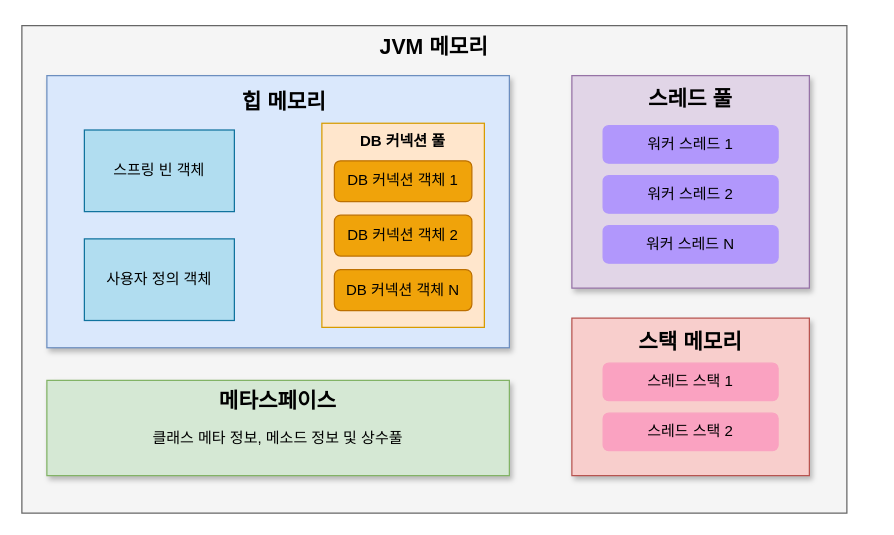
TreeStone94/drawio keeps this draw.io diagram as page "페이지-1" (1 of 2) of architecture/spring-memory.drawio. Above is the earlier version. Source tidied: cells renumbered, new cells numbered last; positions are measured from the earlier drawing's top-left corner, leaving out a move shared by most shapes. Both pictures are drawn from the tidied source at 125%, with x=0, y=0 at pixel (21, 20).
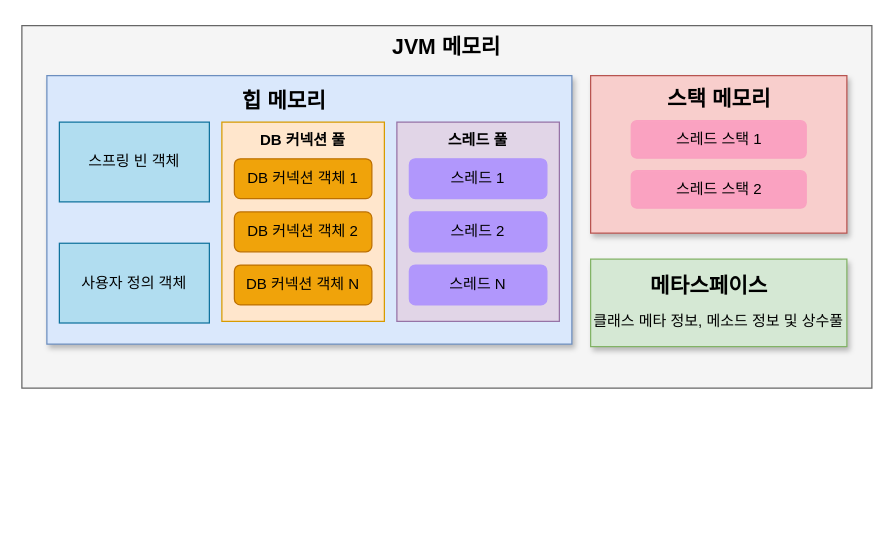
After the change.

The edit, as a diff of the source:
```diff
@@
-    <mxCell id="2" style="rounded=0;whiteSpace=wrap;html=1;fillColor=#f5f5f5;shadow=0;fontColor=#333333;strokeColor=#666666;" parent="1" vertex="1">
-      <mxGeometry y="4" width="660" height="390" as="geometry" />
+    <mxCell id="2" style="rounded=0;whiteSpace=wrap;html=1;fillColor=#f5f5f5;shadow=0;fontColor=#333333;strokeColor=#666666;flipV=1;flipH=1;" parent="1" vertex="1">
+      <mxGeometry y="4" width="680" height="290" as="geometry" />
     </mxCell>
-    <mxCell id="3" style="group;" parent="1" vertex="1">
-      <mxGeometry x="20" y="44" width="370" height="320" as="geometry" />
-    </mxCell>
+    <mxCell id="18" value="&lt;div&gt;&lt;br&gt;&lt;/div&gt;" style="rounded=0;whiteSpace=wrap;html=1;fillColor=#f8cecc;strokeColor=#b85450;shadow=1;" parent="1" vertex="1">
+      <mxGeometry x="455" y="44" width="205" height="126" as="geometry" />
+    </mxCell>
+    <mxCell id="19" value="스택 메모리" style="text;html=1;align=center;verticalAlign=middle;whiteSpace=wrap;rounded=0;fontStyle=1;fontSize=17;" parent="1" vertex="1">
+      <mxGeometry x="497.5" y="44" width="120" height="40" as="geometry" />
+    </mxCell>
+    <mxCell id="23" value="스레드 스택&amp;nbsp;1" style="rounded=1;whiteSpace=wrap;html=1;fillColor=#FAA2C1;fontColor=light-dark(#000000, #121212);strokeColor=#FAA2C1;" parent="1" vertex="1">
+      <mxGeometry x="487.5" y="80" width="140" height="30" as="geometry" />
+    </mxCell>
+    <mxCell id="24" value="&lt;font&gt;스레드 스택&amp;nbsp;2&lt;/font&gt;" style="rounded=1;whiteSpace=wrap;html=1;fillColor=#FAA2C1;fontColor=light-dark(#000000, #121212);strokeColor=#FAA2C1;" parent="1" vertex="1">
+      <mxGeometry x="487.5" y="120" width="140" height="30" as="geometry" />
+    </mxCell>
+    <mxCell id="25" value="JVM 메모리" style="text;html=1;align=center;verticalAlign=middle;whiteSpace=wrap;rounded=0;fontStyle=1;fontSize=17;" parent="1" vertex="1">
+      <mxGeometry x="280" y="0.5" width="120" height="43.5" as="geometry" />
+    </mxCell>
+    <mxCell id="14" value="&lt;div&gt;&lt;br&gt;&lt;/div&gt;&lt;div&gt;&lt;br&gt;&lt;/div&gt;클래스 메타 정보,&amp;nbsp;&lt;span style=&quot;background-color: transparent; color: light-dark(rgb(0, 0, 0), rgb(255, 255, 255));&quot;&gt;메소드 정보 및 상수풀&lt;/span&gt;" style="rounded=0;whiteSpace=wrap;html=1;fillColor=#d5e8d4;strokeColor=#82b366;shadow=1;" parent="1" vertex="1">
+      <mxGeometry x="455" y="190.8" width="205" height="70" as="geometry" />
+    </mxCell>
+    <mxCell id="15" value="메타스페이스" style="text;html=1;align=center;verticalAlign=middle;whiteSpace=wrap;rounded=0;fontStyle=1;fontSize=17;" parent="1" vertex="1">
+      <mxGeometry x="490" y="190.8" width="120" height="43.5" as="geometry" />
+    </mxCell>
-    <mxCell id="4" style="rounded=0;whiteSpace=wrap;html=1;fillColor=#dae8fc;strokeColor=#6c8ebf;shadow=1;" parent="3" vertex="1">
-      <mxGeometry width="370" height="217.7" as="geometry" />
+    <mxCell id="4" style="rounded=0;whiteSpace=wrap;html=1;fillColor=#dae8fc;strokeColor=#6c8ebf;shadow=1;" parent="1" vertex="1">
+      <mxGeometry x="20" y="44" width="420" height="214.8" as="geometry" />
     </mxCell>
-    <mxCell id="5" value="스프링 빈 객체" style="rounded=0;whiteSpace=wrap;html=1;fillColor=#b1ddf0;strokeColor=#10739e;" parent="3" vertex="1">
-      <mxGeometry x="30" y="43.5" width="120" height="65.3" as="geometry" />
+    <mxCell id="5" value="스프링 빈 객체" style="rounded=0;whiteSpace=wrap;html=1;fillColor=#b1ddf0;strokeColor=#10739e;" parent="1" vertex="1">
+      <mxGeometry x="30" y="81.2" width="120" height="63.8" as="geometry" />
     </mxCell>
-    <mxCell id="6" value="사용자 정의 객체" style="rounded=0;whiteSpace=wrap;html=1;fillColor=#b1ddf0;strokeColor=#10739e;" parent="3" vertex="1">
-      <mxGeometry x="30" y="130.6" width="120" height="65.3" as="geometry" />
+    <mxCell id="6" value="사용자 정의 객체" style="rounded=0;whiteSpace=wrap;html=1;fillColor=#b1ddf0;strokeColor=#10739e;" parent="1" vertex="1">
+      <mxGeometry x="30" y="178.1" width="120" height="63.8" as="geometry" />
     </mxCell>
-    <mxCell id="7" value="힙 메모리" style="text;html=1;align=center;verticalAlign=middle;whiteSpace=wrap;rounded=0;fontStyle=1;fontSize=17;" parent="3" vertex="1">
-      <mxGeometry x="130" width="120" height="43.5" as="geometry" />
+    <mxCell id="7" value="힙 메모리" style="text;html=1;align=center;verticalAlign=middle;whiteSpace=wrap;rounded=0;fontStyle=1;fontSize=17;" parent="1" vertex="1">
+      <mxGeometry x="150" y="44" width="120" height="42.5" as="geometry" />
     </mxCell>
-    <mxCell id="8" style="group;" parent="3" vertex="1">
-      <mxGeometry x="220" y="38.1" width="140" height="163.3" as="geometry" />
-    </mxCell>
+    <mxCell id="26" style="edgeStyle=orthogonalEdgeStyle;rounded=0;orthogonalLoop=1;jettySize=auto;html=1;exitX=0.5;exitY=1;exitDx=0;exitDy=0;" parent="1" edge="1" source="4" target="4">
+      <mxGeometry relative="1" as="geometry" />
+    </mxCell>
+    <mxCell id="27" style="rounded=0;whiteSpace=wrap;html=1;fillColor=#E1D5E7;strokeColor=#9673A6;shadow=0;" parent="1" vertex="1">
+      <mxGeometry x="300" y="81.2" width="130" height="159.4" as="geometry" />
+    </mxCell>
+    <mxCell id="28" value="스레드 1" style="rounded=1;whiteSpace=wrap;html=1;fillColor=#B197FC;fontColor=#000000;strokeColor=#B197FC;" parent="1" vertex="1">
+      <mxGeometry x="310" y="110.5" width="110" height="31.9" as="geometry" />
+    </mxCell>
+    <mxCell id="29" value="스레드 2" style="rounded=1;whiteSpace=wrap;html=1;fillColor=#B197FC;fontColor=#000000;strokeColor=#B197FC;" parent="1" vertex="1">
+      <mxGeometry x="310" y="153" width="110" height="31.9" as="geometry" />
+    </mxCell>
+    <mxCell id="30" value="스레드 N" style="rounded=1;whiteSpace=wrap;html=1;fillColor=#B197FC;fontColor=#000000;strokeColor=#B197FC;" parent="1" vertex="1">
+      <mxGeometry x="310" y="195.5" width="110" height="31.9" as="geometry" />
+    </mxCell>
+    <mxCell id="17" value="&lt;b&gt;스레드 풀&lt;/b&gt;" style="text;html=1;align=center;verticalAlign=middle;whiteSpace=wrap;rounded=0;" parent="1" vertex="1">
+      <mxGeometry x="315" y="81.2" width="100" height="29.3" as="geometry" />
+    </mxCell>
-    <mxCell id="9" style="rounded=0;whiteSpace=wrap;html=1;fillColor=#ffe6cc;strokeColor=#d79b00;shadow=0;" parent="8" vertex="1">
-      <mxGeometry width="130" height="163.3" as="geometry" />
+    <mxCell id="9" style="rounded=0;whiteSpace=wrap;html=1;fillColor=#ffe6cc;strokeColor=#d79b00;shadow=0;" parent="1" vertex="1">
+      <mxGeometry x="160" y="81.2" width="130" height="159.4" as="geometry" />
     </mxCell>
-    <mxCell id="10" value="DB 커넥션 객체 1" style="rounded=1;whiteSpace=wrap;html=1;fillColor=#f0a30a;fontColor=#000000;strokeColor=#BD7000;" parent="8" vertex="1">
-      <mxGeometry x="10" y="30" width="110" height="32.7" as="geometry" />
+    <mxCell id="10" value="DB 커넥션 객체 1" style="rounded=1;whiteSpace=wrap;html=1;fillColor=#f0a30a;fontColor=#000000;strokeColor=#BD7000;" parent="1" vertex="1">
+      <mxGeometry x="170" y="110.5" width="110" height="31.9" as="geometry" />
     </mxCell>
-    <mxCell id="11" value="DB 커넥션 객체 2" style="rounded=1;whiteSpace=wrap;html=1;fillColor=#f0a30a;fontColor=#000000;strokeColor=#BD7000;" parent="8" vertex="1">
-      <mxGeometry x="10" y="73.5" width="110" height="32.7" as="geometry" />
+    <mxCell id="11" value="DB 커넥션 객체 2" style="rounded=1;whiteSpace=wrap;html=1;fillColor=#f0a30a;fontColor=#000000;strokeColor=#BD7000;" parent="1" vertex="1">
+      <mxGeometry x="170" y="153" width="110" height="31.9" as="geometry" />
     </mxCell>
-    <mxCell id="12" value="DB 커넥션 객체 N" style="rounded=1;whiteSpace=wrap;html=1;fillColor=#f0a30a;fontColor=#000000;strokeColor=#BD7000;" parent="8" vertex="1">
-      <mxGeometry x="10" y="117.1" width="110" height="32.7" as="geometry" />
+    <mxCell id="12" value="DB 커넥션 객체 N" style="rounded=1;whiteSpace=wrap;html=1;fillColor=#f0a30a;fontColor=#000000;strokeColor=#BD7000;" parent="1" vertex="1">
+      <mxGeometry x="170" y="195.5" width="110" height="31.9" as="geometry" />
     </mxCell>
-    <mxCell id="13" value="&lt;b&gt;DB 커넥션 풀&lt;/b&gt;" style="text;html=1;align=center;verticalAlign=middle;whiteSpace=wrap;rounded=0;" parent="8" vertex="1">
-      <mxGeometry x="15" width="100" height="30" as="geometry" />
+    <mxCell id="13" value="&lt;b&gt;DB 커넥션 풀&lt;/b&gt;" style="text;html=1;align=center;verticalAlign=middle;whiteSpace=wrap;rounded=0;" parent="1" vertex="1">
+      <mxGeometry x="175" y="81.2" width="100" height="29.3" as="geometry" />
     </mxCell>
-    <mxCell id="14" value="&lt;div&gt;&lt;br&gt;&lt;/div&gt;클래스 메타 정보,&amp;nbsp;&lt;span style=&quot;background-color: transparent; color: light-dark(rgb(0, 0, 0), rgb(255, 255, 255));&quot;&gt;메소드 정보 및 상수풀&lt;/span&gt;" style="rounded=0;whiteSpace=wrap;html=1;fillColor=#d5e8d4;strokeColor=#82b366;shadow=1;" parent="3" vertex="1">
-      <mxGeometry y="243.8" width="370" height="76.2" as="geometry" />
-    </mxCell>
-    <mxCell id="15" value="메타스페이스" style="text;html=1;align=center;verticalAlign=middle;whiteSpace=wrap;rounded=0;fontStyle=1;fontSize=17;" parent="3" vertex="1">
-      <mxGeometry x="125" y="239.5" width="120" height="43.5" as="geometry" />
-    </mxCell>
-    <mxCell id="16" style="rounded=0;whiteSpace=wrap;html=1;fillColor=#e1d5e7;strokeColor=#9673a6;shadow=1;" parent="1" vertex="1">
-      <mxGeometry x="440" y="44" width="190" height="170" as="geometry" />
-    </mxCell>
-    <mxCell id="17" value="스레드 풀" style="text;html=1;align=center;verticalAlign=middle;whiteSpace=wrap;rounded=0;fontStyle=1;fontSize=17;" parent="1" vertex="1">
-      <mxGeometry x="475" y="44" width="120" height="40" as="geometry" />
-    </mxCell>
-    <mxCell id="18" value="&lt;div&gt;&lt;br&gt;&lt;/div&gt;" style="rounded=0;whiteSpace=wrap;html=1;fillColor=#f8cecc;strokeColor=#b85450;shadow=1;" parent="1" vertex="1">
-      <mxGeometry x="440" y="238" width="190" height="126" as="geometry" />
-    </mxCell>
-    <mxCell id="19" value="스택 메모리" style="text;html=1;align=center;verticalAlign=middle;whiteSpace=wrap;rounded=0;fontStyle=1;fontSize=17;" parent="1" vertex="1">
-      <mxGeometry x="475" y="238" width="120" height="40" as="geometry" />
-    </mxCell>
-    <mxCell id="20" value="&lt;font&gt;워커 스레드 1&lt;/font&gt;" style="rounded=1;whiteSpace=wrap;html=1;fillColor=#B197FC;fontColor=light-dark(#000000, #121212);strokeColor=#B197FC;" parent="1" vertex="1">
-      <mxGeometry x="465" y="84" width="140" height="30" as="geometry" />
-    </mxCell>
-    <mxCell id="21" value="&lt;font&gt;워커 스레드 2&lt;/font&gt;" style="rounded=1;whiteSpace=wrap;html=1;fillColor=#B197FC;fontColor=light-dark(#000000, #121212);strokeColor=#B197FC;" parent="1" vertex="1">
-      <mxGeometry x="465" y="124" width="140" height="30" as="geometry" />
-    </mxCell>
-    <mxCell id="22" value="&lt;font&gt;워커 스레드 N&lt;/font&gt;" style="rounded=1;whiteSpace=wrap;html=1;fillColor=#B197FC;fontColor=light-dark(#000000, #121212);strokeColor=#B197FC;" parent="1" vertex="1">
-      <mxGeometry x="465" y="164" width="140" height="30" as="geometry" />
-    </mxCell>
-    <mxCell id="23" value="스레드 스택&amp;nbsp;1" style="rounded=1;whiteSpace=wrap;html=1;fillColor=#FAA2C1;fontColor=light-dark(#000000, #121212);strokeColor=#FAA2C1;" parent="1" vertex="1">
-      <mxGeometry x="465" y="274" width="140" height="30" as="geometry" />
-    </mxCell>
-    <mxCell id="24" value="&lt;font&gt;스레드 스택&amp;nbsp;2&lt;/font&gt;" style="rounded=1;whiteSpace=wrap;html=1;fillColor=#FAA2C1;fontColor=light-dark(#000000, #121212);strokeColor=#FAA2C1;" parent="1" vertex="1">
-      <mxGeometry x="465" y="314" width="140" height="30" as="geometry" />
-    </mxCell>
-    <mxCell id="25" value="JVM 메모리" style="text;html=1;align=center;verticalAlign=middle;whiteSpace=wrap;rounded=0;fontStyle=1;fontSize=17;" parent="1" vertex="1">
-      <mxGeometry x="270" y="0.5" width="120" height="43.5" as="geometry" />
-    </mxCell>
```
